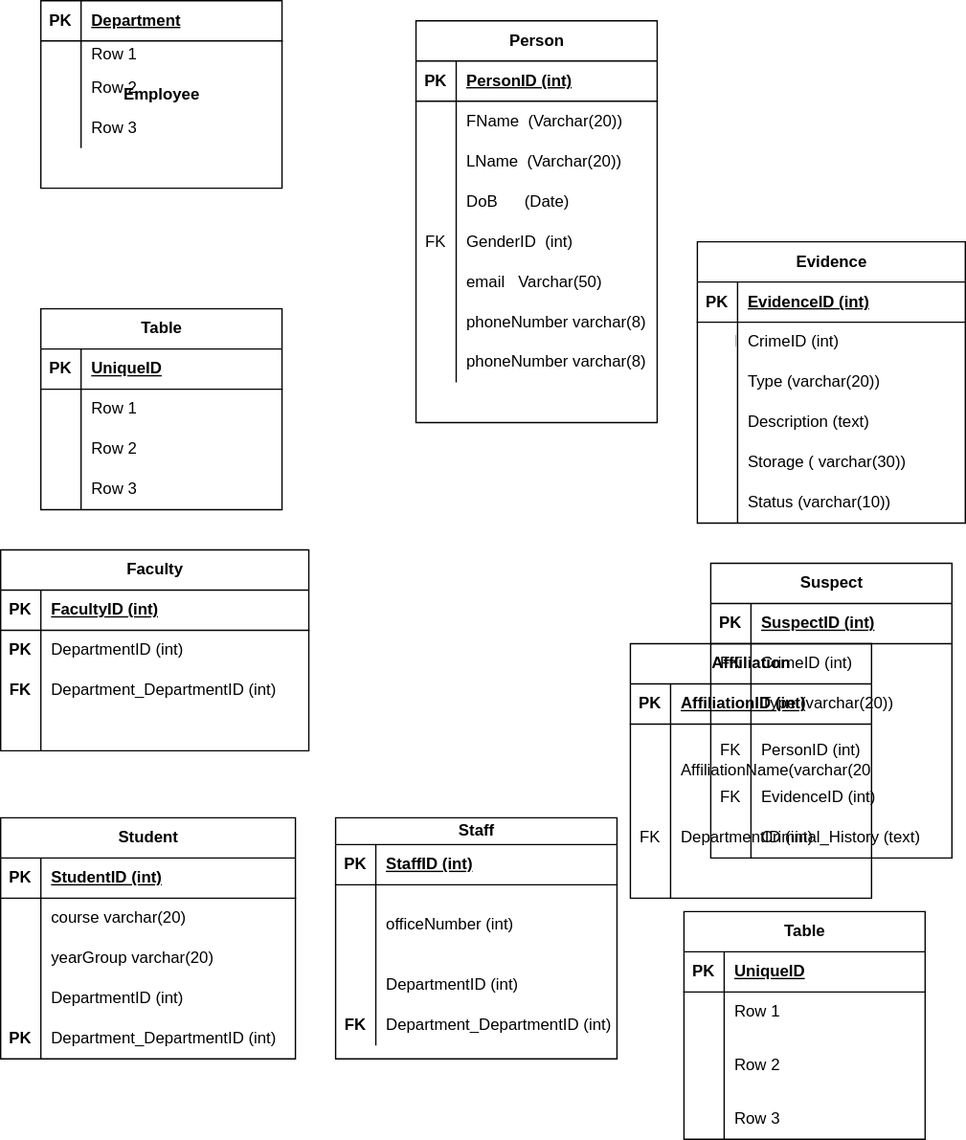
Before: Untitled Diagram.drawio.svg, a diagram exported from draw.io (Priscile2/Diagrams). Source tidied: cells renumbered, new cells last; positions are measured from the earlier drawing's top-left corner, leaving out a move shared by most shapes.
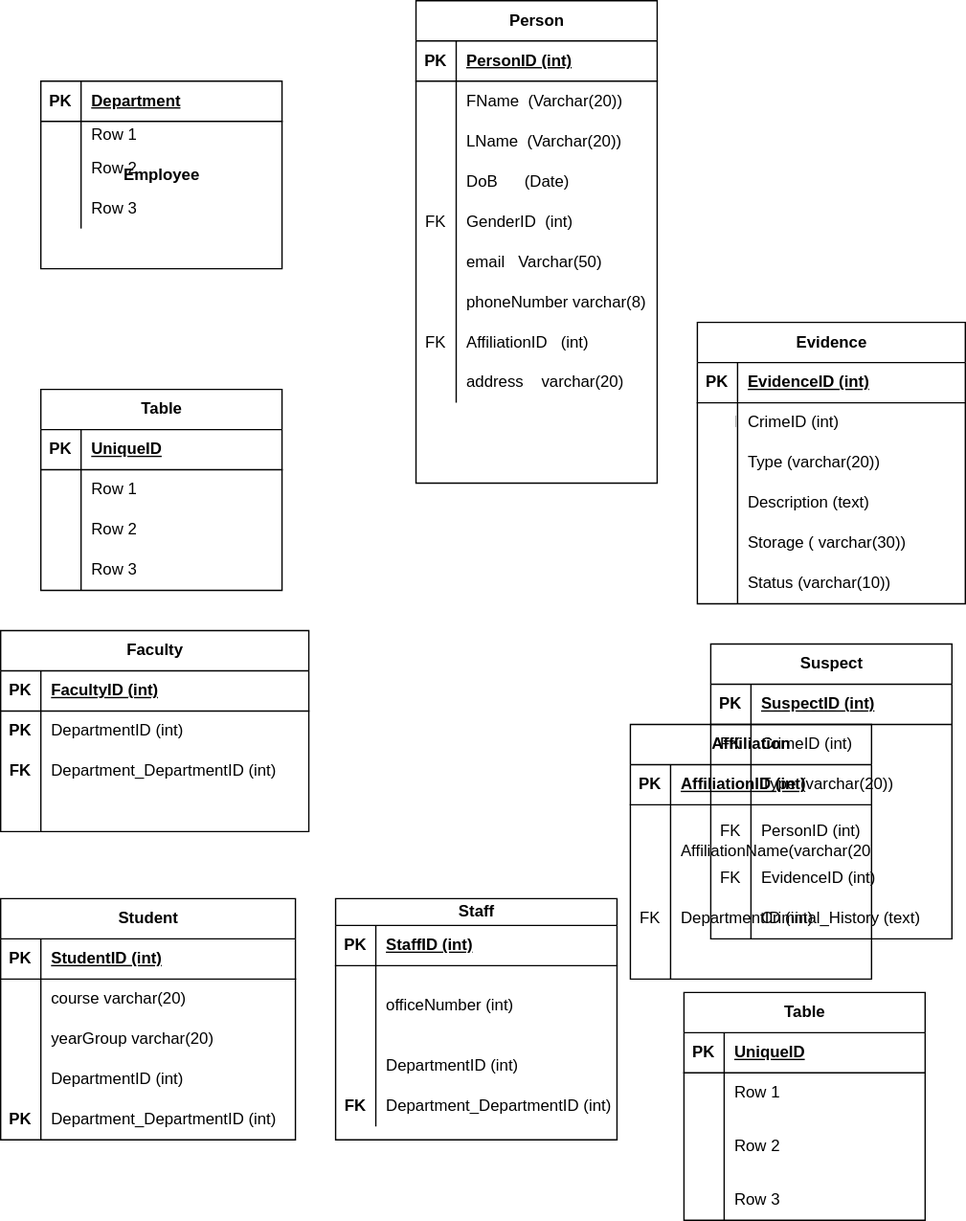
The same diagram one commit later.

The edit, as a diff of the source:
```diff
@@ -42,7 +42,7 @@
       <mxGeometry x="30" width="150" height="30" as="geometry" />
     </mxCell>
     <mxCell id="15" value="Person" style="shape=table;startSize=30;rowLines=0;fontStyle=1;align=center;html=1;" parent="1" vertex="1">
-      <mxGeometry x="310" y="15" width="180" height="300" as="geometry" />
+      <mxGeometry x="310" y="-60" width="180" height="360" as="geometry" />
     </mxCell>
     <mxCell id="16" style="shape=tableRow;horizontal=0;startSize=0;swimlaneHead=0;swimlaneBody=0;fillColor=none;top=0;left=0;right=0;bottom=1;" parent="15" vertex="1">
       <mxGeometry y="30" width="180" height="30" as="geometry" />
@@ -110,12 +110,21 @@
     <mxCell id="37" style="shape=tableRow;horizontal=0;startSize=0;swimlaneHead=0;swimlaneBody=0;fillColor=none;top=0;left=0;right=0;bottom=0;" parent="15" vertex="1">
       <mxGeometry y="240" width="180" height="30" as="geometry" />
     </mxCell>
-    <mxCell id="38" style="shape=partialRectangle;fillColor=none;top=0;left=0;bottom=0;right=0;overflow=hidden;whiteSpace=wrap;html=1;" parent="37" vertex="1">
+    <mxCell id="38" value="FK" style="shape=partialRectangle;fillColor=none;top=0;left=0;bottom=0;right=0;overflow=hidden;whiteSpace=wrap;html=1;" parent="37" vertex="1">
       <mxGeometry width="30" height="30" as="geometry" />
     </mxCell>
-    <mxCell id="39" value="phoneNumber varchar(8)" style="shape=partialRectangle;fillColor=none;top=0;left=0;bottom=0;right=0;align=left;spacingLeft=6;overflow=hidden;whiteSpace=wrap;html=1;" parent="37" vertex="1">
+    <mxCell id="39" value="AffiliationID &amp;nbsp; (int)" style="shape=partialRectangle;fillColor=none;top=0;left=0;bottom=0;right=0;align=left;spacingLeft=6;overflow=hidden;whiteSpace=wrap;html=1;" parent="37" vertex="1">
       <mxGeometry x="30" width="150" height="30" as="geometry" />
     </mxCell>
+    <mxCell id="159" style="shape=tableRow;horizontal=0;startSize=0;swimlaneHead=0;swimlaneBody=0;fillColor=none;top=0;left=0;right=0;bottom=0;" parent="15" vertex="1">
+      <mxGeometry y="270" width="180" height="30" as="geometry" />
+    </mxCell>
+    <mxCell id="160" style="shape=partialRectangle;fillColor=none;top=0;left=0;bottom=0;right=0;overflow=hidden;whiteSpace=wrap;html=1;" parent="159" vertex="1">
+      <mxGeometry width="30" height="30" as="geometry" />
+    </mxCell>
+    <mxCell id="161" value="address &amp;nbsp; &amp;nbsp;varchar(20)" style="shape=partialRectangle;fillColor=none;top=0;left=0;bottom=0;right=0;align=left;spacingLeft=6;overflow=hidden;whiteSpace=wrap;html=1;" parent="159" vertex="1">
+      <mxGeometry x="30" width="150" height="30" as="geometry" />
+    </mxCell>
     <mxCell id="40" value="Affliliation" style="shape=table;startSize=30;rowLines=0;fontStyle=1;align=center;html=1;" parent="1" vertex="1">
       <mxGeometry x="470" y="480" width="180" height="190" as="geometry" />
     </mxCell>
```
